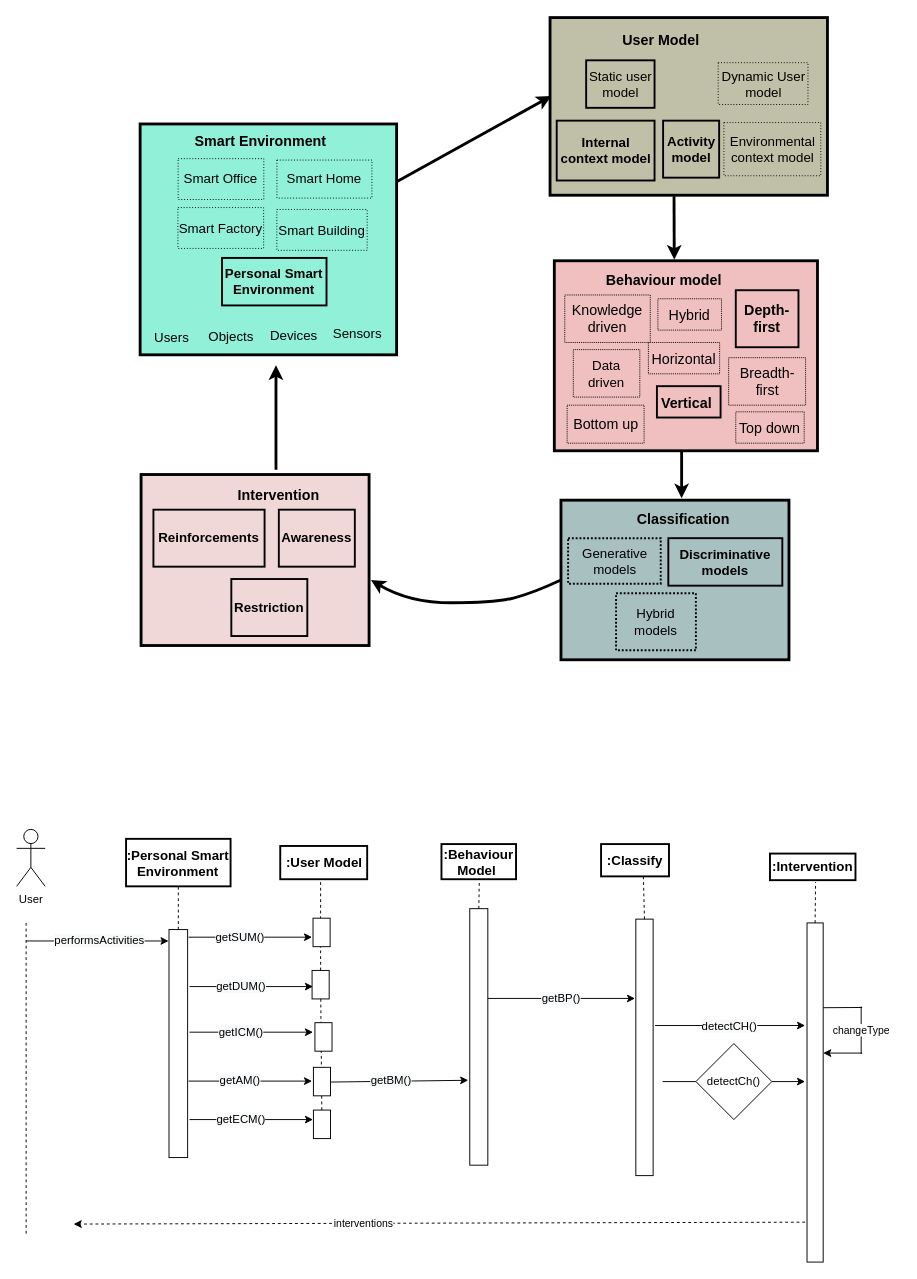
The draw.io diagram interaction.drawio in oluwande/zmPDSwR, before the edit. Source tidied: cells renumbered, new cells numbered last; positions are measured from the earlier drawing's top-left corner, leaving out a move shared by most shapes. Both pictures are drawn from the tidied source at 95%, with x=0, y=0 at pixel (16, 17).
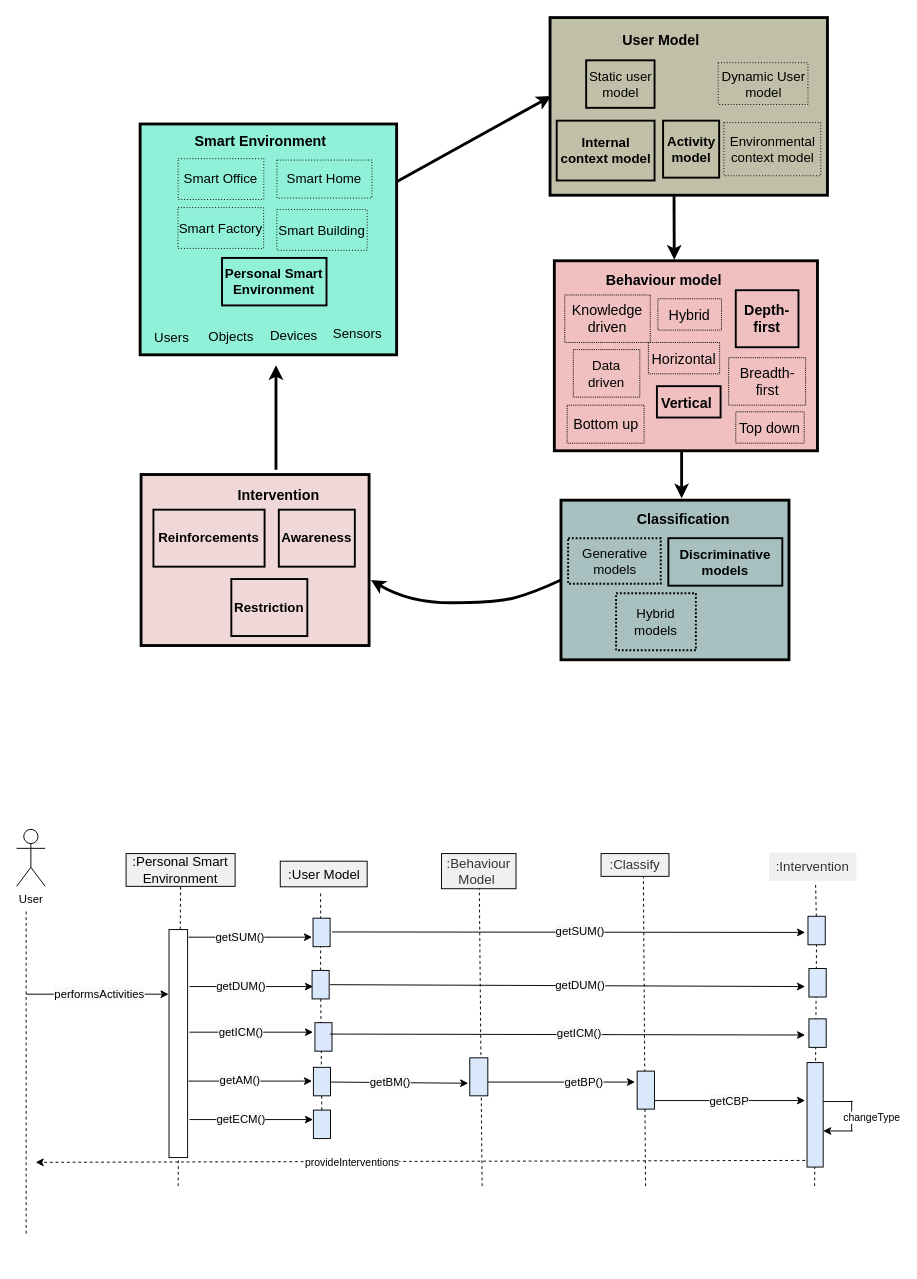
The same page after the edit.

Diff of the diagram source:
```diff
@@
+    <mxCell id="96" style="endArrow=none;html=1;rounded=0;dashed=1;" parent="1" edge="1" target="103">
+      <mxGeometry relative="1" as="geometry">
+        <mxPoint x="840" y="1230" as="sourcePoint" />
+      </mxGeometry>
+    </mxCell>
+    <mxCell id="68" style="endArrow=none;html=1;rounded=0;dashed=1;startArrow=none;" parent="1" edge="1" source="103">
+      <mxGeometry relative="1" as="geometry">
+        <mxPoint x="841" y="910" as="targetPoint" />
+      </mxGeometry>
+    </mxCell>
+    <mxCell id="58" style="endArrow=none;html=1;rounded=0;dashed=1;" parent="1" edge="1">
+      <mxGeometry relative="1" as="geometry">
+        <mxPoint x="490" y="1230" as="sourcePoint" />
+        <mxPoint x="487" y="910" as="targetPoint" />
+      </mxGeometry>
+    </mxCell>
@@
-    <mxCell id="47" value="&lt;b&gt;:Personal Smart Environment&lt;/b&gt;" style="rounded=0;whiteSpace=wrap;html=1;fontSize=14;strokeColor=default;strokeWidth=2;fillColor=none;" parent="1" vertex="1">
-      <mxGeometry x="115.2" y="864.5" width="110" height="50" as="geometry" />
+    <mxCell id="47" value="&lt;span&gt;:Personal Smart Environment&lt;/span&gt;" style="rounded=0;whiteSpace=wrap;html=1;fontSize=14;strokeColor=#000000;strokeWidth=1;fillColor=#F0F0F0;fontStyle=0;" parent="1" vertex="1">
+      <mxGeometry x="115.2" y="880" width="114.8" height="34.5" as="geometry" />
     </mxCell>
-    <mxCell id="48" value="&lt;b&gt;:User Model&lt;/b&gt;" style="rounded=0;whiteSpace=wrap;html=1;fontSize=14;strokeColor=default;strokeWidth=2;fillColor=none;" parent="1" vertex="1">
-      <mxGeometry x="277.5" y="872" width="91.5" height="35" as="geometry" />
+    <mxCell id="48" value="&lt;span&gt;:User Model&lt;/span&gt;" style="rounded=0;whiteSpace=wrap;html=1;fontSize=14;strokeColor=#000000;strokeWidth=1;fillColor=#F0F0F0;fontStyle=0;" parent="1" vertex="1">
+      <mxGeometry x="277.5" y="888" width="91.5" height="27" as="geometry" />
     </mxCell>
-    <mxCell id="49" value="&lt;b&gt;:Behaviour Model&amp;nbsp;&lt;/b&gt;" style="rounded=0;whiteSpace=wrap;html=1;fontSize=14;strokeColor=default;strokeWidth=2;fillColor=none;" parent="1" vertex="1">
-      <mxGeometry x="447.2" y="870" width="78.5" height="37" as="geometry" />
+    <mxCell id="49" value="&lt;span&gt;:Behaviour Model&amp;nbsp;&lt;/span&gt;" style="rounded=0;whiteSpace=wrap;html=1;fontSize=14;strokeColor=#000000;strokeWidth=1;fillColor=#F0F0F0;fontStyle=0;fontColor=#333333;" parent="1" vertex="1">
+      <mxGeometry x="447.2" y="880" width="78.5" height="37" as="geometry" />
     </mxCell>
-    <mxCell id="50" value="&lt;b&gt;:Intervention&lt;/b&gt;" style="rounded=0;whiteSpace=wrap;html=1;fontSize=14;strokeColor=default;strokeWidth=2;fillColor=none;" parent="1" vertex="1">
+    <mxCell id="50" value="&lt;span&gt;:Intervention&lt;/span&gt;" style="rounded=0;whiteSpace=wrap;html=1;fontSize=14;strokeColor=#F0F0F0;strokeWidth=2;fillColor=#F0F0F0;fontStyle=0;fontColor=#333333;" parent="1" vertex="1">
       <mxGeometry x="793" y="880" width="90" height="28" as="geometry" />
     </mxCell>
-    <mxCell id="51" value="&lt;b&gt;:Classify&lt;/b&gt;" style="rounded=0;whiteSpace=wrap;html=1;fontSize=14;strokeColor=default;strokeWidth=2;fillColor=none;" parent="1" vertex="1">
-      <mxGeometry x="615.2" y="870" width="71.5" height="34" as="geometry" />
+    <mxCell id="51" value="&lt;span&gt;:Classify&lt;/span&gt;" style="rounded=0;whiteSpace=wrap;html=1;fontSize=14;strokeColor=#000000;strokeWidth=1;fillColor=#F0F0F0;fontStyle=0;fontColor=#333333;" parent="1" vertex="1">
+      <mxGeometry x="615.2" y="880" width="71.5" height="24" as="geometry" />
     </mxCell>
@@
-    <mxCell id="53" style="rounded=0;whiteSpace=wrap;html=1;" parent="1" vertex="1">
-      <mxGeometry x="160.4" y="960" width="19.6" height="240" as="geometry" />
-    </mxCell>
-    <mxCell id="54" style="endArrow=none;html=1;rounded=0;entryX=0.5;entryY=1;entryDx=0;entryDy=0;exitX=0.5;exitY=0;exitDx=0;exitDy=0;dashed=1;" parent="1" edge="1" source="53" target="47">
-      <mxGeometry relative="1" as="geometry" />
+    <mxCell id="54" style="endArrow=none;html=1;rounded=0;entryX=0.5;entryY=1;entryDx=0;entryDy=0;dashed=1;" parent="1" edge="1" target="47">
+      <mxGeometry relative="1" as="geometry">
+        <mxPoint x="170" y="1230" as="sourcePoint" />
+      </mxGeometry>
     </mxCell>
     <mxCell id="55" style="endArrow=none;html=1;rounded=0;dashed=1;startArrow=none;" parent="1" edge="1" source="86">
       <mxGeometry relative="1" as="geometry">
-        <mxPoint x="320" y="910" as="targetPoint" />
+        <mxPoint x="320" y="920" as="targetPoint" />
       </mxGeometry>
     </mxCell>
-    <mxCell id="56" style="rounded=0;whiteSpace=wrap;html=1;" parent="1" vertex="1">
+    <mxCell id="56" style="rounded=0;whiteSpace=wrap;html=1;fillColor=#DAE8FC;" parent="1" vertex="1">
       <mxGeometry x="312" y="948" width="18" height="30" as="geometry" />
     </mxCell>
-    <mxCell id="57" style="rounded=0;whiteSpace=wrap;html=1;" parent="1" vertex="1">
-      <mxGeometry x="477" y="938" width="19" height="270" as="geometry" />
+    <mxCell id="57" style="rounded=0;whiteSpace=wrap;html=1;fillColor=#DAE8FC;" parent="1" vertex="1">
+      <mxGeometry x="477" y="1095" width="19" height="40" as="geometry" />
     </mxCell>
-    <mxCell id="58" style="endArrow=none;html=1;rounded=0;exitX=0.5;exitY=0;exitDx=0;exitDy=0;dashed=1;" parent="1" edge="1" source="57">
-      <mxGeometry relative="1" as="geometry">
-        <mxPoint x="487" y="910" as="targetPoint" />
-      </mxGeometry>
-    </mxCell>
@@
+    <mxCell id="62" style="endArrow=none;html=1;rounded=0;entryX=0.623;entryY=1.005;entryDx=0;entryDy=0;dashed=1;entryPerimeter=0;" parent="1" edge="1" target="51">
+      <mxGeometry relative="1" as="geometry">
+        <mxPoint x="662" y="1230" as="sourcePoint" />
+      </mxGeometry>
+    </mxCell>
-    <mxCell id="61" style="rounded=0;whiteSpace=wrap;html=1;" parent="1" vertex="1">
-      <mxGeometry x="651.8" y="949" width="18.2" height="270" as="geometry" />
+    <mxCell id="61" style="rounded=0;whiteSpace=wrap;html=1;fillColor=#DAE8FC;" parent="1" vertex="1">
+      <mxGeometry x="653.2" y="1109" width="18.2" height="40" as="geometry" />
     </mxCell>
-    <mxCell id="62" style="endArrow=none;html=1;rounded=0;entryX=0.623;entryY=1.005;entryDx=0;entryDy=0;exitX=0.5;exitY=0;exitDx=0;exitDy=0;dashed=1;entryPerimeter=0;" parent="1" edge="1" source="61" target="51">
-      <mxGeometry relative="1" as="geometry" />
-    </mxCell>
     <mxCell id="63" style="endArrow=classic;html=1;rounded=0;" parent="1" edge="1">
       <mxGeometry relative="1" as="geometry">
-        <mxPoint x="496" y="1032.5" as="sourcePoint" />
-        <mxPoint x="651" y="1032.5" as="targetPoint" />
+        <mxPoint x="496" y="1120.5" as="sourcePoint" />
+        <mxPoint x="651" y="1120.5" as="targetPoint" />
       </mxGeometry>
     </mxCell>
     <mxCell id="64" value="&lt;span style=&quot;font-size: 12px; background-color: rgb(248, 249, 250);&quot;&gt;getBP()&lt;/span&gt;" style="edgeLabel;html=1;align=center;verticalAlign=middle;" parent="63" vertex="1">
       <mxGeometry x="0.13" y="-1" relative="1" as="geometry">
-        <mxPoint x="-12" y="-1" as="offset" />
+        <mxPoint x="12" y="-1" as="offset" />
       </mxGeometry>
     </mxCell>
     <mxCell id="65" style="endArrow=classic;html=1;rounded=0;" parent="1" edge="1">
       <mxGeometry relative="1" as="geometry">
-        <mxPoint x="672" y="1061" as="sourcePoint" />
-        <mxPoint x="830" y="1061" as="targetPoint" />
+        <mxPoint x="672" y="1140" as="sourcePoint" />
+        <mxPoint x="830" y="1140" as="targetPoint" />
         <Array as="points">
-          <mxPoint x="750" y="1061" />
+          <mxPoint x="750" y="1140" />
         </Array>
       </mxGeometry>
     </mxCell>
-    <mxCell id="66" value="&lt;span style=&quot;font-size: 12px; background-color: rgb(248, 249, 250);&quot;&gt;detectCH()&lt;/span&gt;" style="edgeLabel;html=1;align=center;verticalAlign=middle;" parent="65" vertex="1">
+    <mxCell id="66" value="&lt;span style=&quot;font-size: 12px; background-color: rgb(248, 249, 250);&quot;&gt;getCBP&lt;/span&gt;" style="edgeLabel;html=1;align=center;verticalAlign=middle;" parent="65" vertex="1">
       <mxGeometry x="0.13" y="-1" relative="1" as="geometry">
         <mxPoint x="-12" y="-1" as="offset" />
       </mxGeometry>
     </mxCell>
-    <mxCell id="67" style="rounded=0;whiteSpace=wrap;html=1;" parent="1" vertex="1">
-      <mxGeometry x="832" y="953" width="17" height="357" as="geometry" />
+    <mxCell id="67" style="rounded=0;whiteSpace=wrap;html=1;fillColor=#DAE8FC;" parent="1" vertex="1">
+      <mxGeometry x="832" y="1100" width="17" height="110" as="geometry" />
     </mxCell>
-    <mxCell id="68" style="endArrow=none;html=1;rounded=0;exitX=0.5;exitY=0;exitDx=0;exitDy=0;dashed=1;" parent="1" edge="1" source="67">
-      <mxGeometry relative="1" as="geometry">
-        <mxPoint x="841" y="910" as="targetPoint" />
-      </mxGeometry>
-    </mxCell>
     <mxCell id="69" style="endArrow=classic;html=1;rounded=0;dashed=1;" parent="1" edge="1">
       <mxGeometry relative="1" as="geometry">
-        <mxPoint x="830" y="1268" as="sourcePoint" />
-        <mxPoint x="60" y="1270" as="targetPoint" />
+        <mxPoint x="830" y="1203" as="sourcePoint" />
+        <mxPoint x="20" y="1205" as="targetPoint" />
       </mxGeometry>
     </mxCell>
-    <mxCell id="70" value="interventions" style="edgeLabel;html=1;align=center;verticalAlign=middle;" parent="69" vertex="1">
+    <mxCell id="70" value="provideInterventions" style="edgeLabel;html=1;align=center;verticalAlign=middle;" parent="69" vertex="1">
       <mxGeometry x="-0.39" y="1" relative="1" as="geometry">
         <mxPoint x="-231" as="offset" />
       </mxGeometry>
     </mxCell>
     <mxCell id="71" style="endArrow=classic;html=1;rounded=0;" parent="1" edge="1">
       <mxGeometry relative="1" as="geometry">
-        <mxPoint x="10" y="972" as="sourcePoint" />
-        <mxPoint x="160" y="972" as="targetPoint" />
+        <mxPoint x="10" y="1028" as="sourcePoint" />
+        <mxPoint x="160" y="1028" as="targetPoint" />
       </mxGeometry>
     </mxCell>
@@
-    <mxCell id="73" value="detectCh()" style="rhombus;whiteSpace=wrap;html=1;" parent="1" vertex="1">
-      <mxGeometry x="715" y="1080" width="80" height="80" as="geometry" />
-    </mxCell>
-    <mxCell id="74" style="endArrow=none;html=1;rounded=0;" parent="1" edge="1">
-      <mxGeometry relative="1" as="geometry">
-        <mxPoint x="680" y="1120" as="sourcePoint" />
-        <mxPoint x="715" y="1120" as="targetPoint" />
-      </mxGeometry>
-    </mxCell>
-    <mxCell id="75" style="endArrow=classic;html=1;rounded=0;exitX=1;exitY=0.5;exitDx=0;exitDy=0;" parent="1" edge="1" source="73">
-      <mxGeometry relative="1" as="geometry">
-        <mxPoint x="830" y="1120" as="targetPoint" />
-      </mxGeometry>
-    </mxCell>
-    <mxCell id="76" style="endArrow=none;html=1;rounded=0;exitX=1;exitY=0.25;exitDx=0;exitDy=0;" parent="1" edge="1" source="67">
+    <mxCell id="76" style="endArrow=none;html=1;rounded=0;exitX=1;exitY=0.25;exitDx=0;exitDy=0;" parent="1" edge="1">
       <mxGeometry relative="1" as="geometry">
-        <mxPoint x="890" y="1042" as="targetPoint" />
+        <mxPoint x="849" y="1141" as="sourcePoint" />
+        <mxPoint x="880" y="1141" as="targetPoint" />
       </mxGeometry>
     </mxCell>
     <mxCell id="77" value="changeType" style="endArrow=none;html=1;rounded=0;" parent="1" edge="1">
-      <mxGeometry relative="1" as="geometry">
-        <mxPoint x="889" y="1041" as="sourcePoint" />
-        <mxPoint x="889" y="1091" as="targetPoint" />
+      <mxGeometry x="0.12" y="21" relative="1" as="geometry">
+        <mxPoint x="879" y="1140" as="sourcePoint" />
+        <mxPoint x="879" y="1172" as="targetPoint" />
       </mxGeometry>
     </mxCell>
     <mxCell id="78" style="endArrow=classic;html=1;rounded=0;" parent="1" edge="1">
       <mxGeometry relative="1" as="geometry">
-        <mxPoint x="890" y="1090" as="sourcePoint" />
-        <mxPoint x="849" y="1090" as="targetPoint" />
+        <mxPoint x="880" y="1172" as="sourcePoint" />
+        <mxPoint x="849" y="1172" as="targetPoint" />
       </mxGeometry>
     </mxCell>
     <mxCell id="79" style="endArrow=none;html=1;rounded=0;dashed=1;" parent="1" edge="1">
       <mxGeometry relative="1" as="geometry">
         <mxPoint x="10" y="1280" as="sourcePoint" />
-        <mxPoint x="10" y="950" as="targetPoint" />
+        <mxPoint x="10" y="940" as="targetPoint" />
       </mxGeometry>
     </mxCell>
@@
-    <mxCell id="86" style="rounded=0;whiteSpace=wrap;html=1;" parent="1" vertex="1">
+    <mxCell id="86" style="rounded=0;whiteSpace=wrap;html=1;fillColor=#DAE8FC;" parent="1" vertex="1">
       <mxGeometry x="311" y="1003" width="18" height="30" as="geometry" />
     </mxCell>
@@
-    <mxCell id="88" style="rounded=0;whiteSpace=wrap;html=1;" parent="1" vertex="1">
+    <mxCell id="88" style="rounded=0;whiteSpace=wrap;html=1;fillColor=#DAE8FC;" parent="1" vertex="1">
       <mxGeometry x="314" y="1058" width="18" height="30" as="geometry" />
     </mxCell>
@@
-    <mxCell id="91" style="rounded=0;whiteSpace=wrap;html=1;" parent="1" vertex="1">
+    <mxCell id="91" style="rounded=0;whiteSpace=wrap;html=1;fillColor=#DAE8FC;" parent="1" vertex="1">
       <mxGeometry x="312.4" y="1105" width="18" height="30" as="geometry" />
     </mxCell>
-    <mxCell id="92" style="rounded=0;whiteSpace=wrap;html=1;" parent="1" vertex="1">
+    <mxCell id="92" style="rounded=0;whiteSpace=wrap;html=1;fillColor=#DAE8FC;" parent="1" vertex="1">
       <mxGeometry x="312.4" y="1150" width="18" height="30" as="geometry" />
     </mxCell>
@@
+    <mxCell id="53" style="rounded=0;whiteSpace=wrap;html=1;" parent="1" vertex="1">
+      <mxGeometry x="160.4" y="960" width="19.6" height="240" as="geometry" />
+    </mxCell>
+    <mxCell id="97" style="endArrow=classic;html=1;rounded=0;" parent="1" edge="1">
+      <mxGeometry relative="1" as="geometry">
+        <mxPoint x="332" y="962.5" as="sourcePoint" />
+        <mxPoint x="830" y="963" as="targetPoint" />
+      </mxGeometry>
+    </mxCell>
+    <mxCell id="98" value="&lt;span style=&quot;font-size: 12px; background-color: rgb(248, 249, 250);&quot;&gt;getSUM()&lt;/span&gt;" style="edgeLabel;html=1;align=center;verticalAlign=middle;" parent="97" vertex="1">
+      <mxGeometry x="0.13" y="-1" relative="1" as="geometry">
+        <mxPoint x="-20" y="-2" as="offset" />
+      </mxGeometry>
+    </mxCell>
+    <mxCell id="99" style="endArrow=classic;html=1;rounded=0;" parent="1" edge="1">
+      <mxGeometry relative="1" as="geometry">
+        <mxPoint x="330" y="1018" as="sourcePoint" />
+        <mxPoint x="830" y="1020" as="targetPoint" />
+      </mxGeometry>
+    </mxCell>
+    <mxCell id="100" value="&lt;span style=&quot;font-size: 12px; background-color: rgb(248, 249, 250);&quot;&gt;getDUM()&lt;/span&gt;" style="edgeLabel;html=1;align=center;verticalAlign=middle;" parent="99" vertex="1">
+      <mxGeometry x="0.13" y="-1" relative="1" as="geometry">
+        <mxPoint x="-20" y="-2" as="offset" />
+      </mxGeometry>
+    </mxCell>
+    <mxCell id="101" style="endArrow=classic;html=1;rounded=0;exitX=0.889;exitY=0.4;exitDx=0;exitDy=0;exitPerimeter=0;" parent="1" edge="1" source="88">
+      <mxGeometry relative="1" as="geometry">
+        <mxPoint x="830" y="1071" as="targetPoint" />
+      </mxGeometry>
+    </mxCell>
+    <mxCell id="102" value="&lt;span style=&quot;font-size: 12px; background-color: rgb(248, 249, 250);&quot;&gt;getICM()&lt;/span&gt;" style="edgeLabel;html=1;align=center;verticalAlign=middle;" parent="101" vertex="1">
+      <mxGeometry x="0.13" y="-1" relative="1" as="geometry">
+        <mxPoint x="-20" y="-2" as="offset" />
+      </mxGeometry>
+    </mxCell>
+    <mxCell id="103" style="rounded=0;whiteSpace=wrap;html=1;fillColor=#DAE8FC;" parent="1" vertex="1">
+      <mxGeometry x="833" y="946" width="18.2" height="30" as="geometry" />
+    </mxCell>
+    <mxCell id="104" style="rounded=0;whiteSpace=wrap;html=1;fillColor=#DAE8FC;" parent="1" vertex="1">
+      <mxGeometry x="834" y="1001" width="18.2" height="30" as="geometry" />
+    </mxCell>
+    <mxCell id="105" style="rounded=0;whiteSpace=wrap;html=1;fillColor=#DAE8FC;" parent="1" vertex="1">
+      <mxGeometry x="834" y="1054" width="18.2" height="30" as="geometry" />
+    </mxCell>
```
